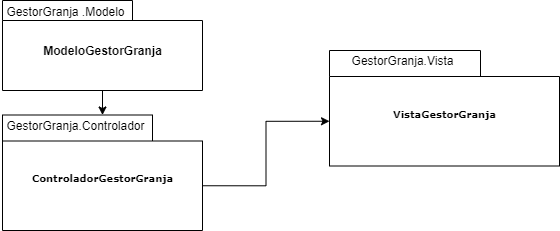
This is diagramas/Untitled Diagram.drawio.png from JoseMariaRuizDAM/PGL_JoseMa, a draw.io export, as it was before one commit. Source tidied: cells renumbered, new cells last; positions are measured from the earlier drawing's top-left corner, leaving out a move shared by most shapes. Source of this version:
```xml
<mxGraphModel>
  <root>
    <mxCell id="0" />
    <mxCell id="1" parent="0" />
    <mxCell id="2" style="edgeStyle=orthogonalEdgeStyle;rounded=0;jettySize=auto;html=1;exitX=0;exitY=0;exitDx=200;exitDy=70.75;exitPerimeter=0;entryX=0;entryY=0;entryDx=0;entryDy=70.75;entryPerimeter=0;" parent="1" edge="1" source="3" target="4">
      <mxGeometry relative="1" as="geometry" />
    </mxCell>
    <mxCell id="3" value="ControladorGestorGranja" style="shape=folder;fontStyle=1;spacingTop=10;tabWidth=150;tabHeight=26;tabPosition=left;html=1;rounded=0;shadow=0;comic=0;labelBackgroundColor=none;strokeColor=#000000;strokeWidth=1;fillColor=#ffffff;fontFamily=Verdana;fontSize=10;fontColor=#000000;align=center;" parent="1" vertex="1">
      <mxGeometry x="2" y="114.5" width="200" height="115.5" as="geometry" />
    </mxCell>
    <mxCell id="4" value="VistaGestorGranja" style="shape=folder;fontStyle=1;spacingTop=10;tabWidth=151;tabHeight=26;tabPosition=left;html=1;rounded=0;shadow=0;comic=0;labelBackgroundColor=none;strokeColor=#000000;strokeWidth=1;fillColor=#ffffff;fontFamily=Verdana;fontSize=10;fontColor=#000000;align=center;" parent="1" vertex="1">
      <mxGeometry x="329" y="50" width="230" height="115.5" as="geometry" />
    </mxCell>
    <mxCell id="5" style="edgeStyle=orthogonalEdgeStyle;rounded=0;jettySize=auto;html=1;exitX=0.5;exitY=1;exitDx=0;exitDy=0;exitPerimeter=0;" parent="1" edge="1" source="6" target="3">
      <mxGeometry relative="1" as="geometry" />
    </mxCell>
    <mxCell id="6" value="ModeloGestorGranja" style="shape=folder;fontStyle=1;spacingTop=10;tabWidth=130;tabHeight=20;tabPosition=left;html=1;" parent="1" vertex="1">
      <mxGeometry x="2" width="200" height="90" as="geometry" />
    </mxCell>
    <mxCell id="7" value="GestorGranja .Modelo" style="text;html=1;align=center;verticalAlign=middle;fillColor=none;strokeColor=none;rounded=0;" parent="1" vertex="1">
      <mxGeometry y="1" width="130" height="20" as="geometry" />
    </mxCell>
    <mxCell id="8" value="GestorGranja.Controlador" style="text;html=1;align=center;verticalAlign=middle;fillColor=none;strokeColor=none;rounded=0;" parent="1" vertex="1">
      <mxGeometry y="114.5" width="150" height="20" as="geometry" />
    </mxCell>
    <mxCell id="9" value="GestorGranja.Vista" style="text;html=1;align=center;verticalAlign=middle;fillColor=none;strokeColor=none;rounded=0;" parent="1" vertex="1">
      <mxGeometry x="342" y="50" width="120" height="20" as="geometry" />
    </mxCell>
  </root>
</mxGraphModel>
```
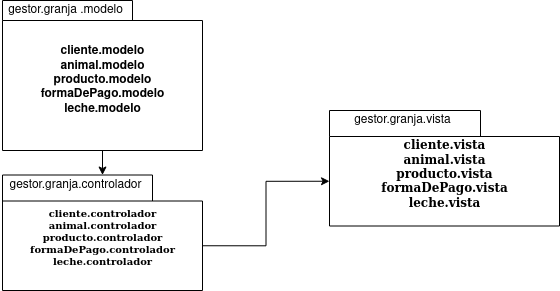
After the commit.

Diff of the diagram source:
```diff
@@ -5,26 +5,26 @@
     <mxCell id="2" style="edgeStyle=orthogonalEdgeStyle;rounded=0;jettySize=auto;html=1;exitX=0;exitY=0;exitDx=200;exitDy=70.75;exitPerimeter=0;entryX=0;entryY=0;entryDx=0;entryDy=70.75;entryPerimeter=0;" parent="1" edge="1" source="3" target="4">
       <mxGeometry relative="1" as="geometry" />
     </mxCell>
-    <mxCell id="3" value="ControladorGestorGranja" style="shape=folder;fontStyle=1;spacingTop=10;tabWidth=150;tabHeight=26;tabPosition=left;html=1;rounded=0;shadow=0;comic=0;labelBackgroundColor=none;strokeColor=#000000;strokeWidth=1;fillColor=#ffffff;fontFamily=Verdana;fontSize=10;fontColor=#000000;align=center;" parent="1" vertex="1">
+    <mxCell id="3" value="&lt;div&gt;cliente.controlador&lt;/div&gt;&lt;div&gt;animal.controlador&lt;/div&gt;&lt;div&gt;producto.controlador&lt;/div&gt;&lt;div&gt;formaDePago.controlador&lt;/div&gt;leche.controlador" style="shape=folder;fontStyle=1;spacingTop=10;tabWidth=150;tabHeight=26;tabPosition=left;html=1;rounded=0;shadow=0;comic=0;labelBackgroundColor=none;strokeColor=#000000;strokeWidth=1;fillColor=#ffffff;fontFamily=Verdana;fontSize=10;fontColor=#000000;align=center;" parent="1" vertex="1">
       <mxGeometry x="2" y="114.5" width="200" height="115.5" as="geometry" />
     </mxCell>
-    <mxCell id="4" value="VistaGestorGranja" style="shape=folder;fontStyle=1;spacingTop=10;tabWidth=151;tabHeight=26;tabPosition=left;html=1;rounded=0;shadow=0;comic=0;labelBackgroundColor=none;strokeColor=#000000;strokeWidth=1;fillColor=#ffffff;fontFamily=Verdana;fontSize=10;fontColor=#000000;align=center;" parent="1" vertex="1">
+    <mxCell id="4" value="&lt;div style=&quot;font-size: 12px&quot;&gt;&lt;font style=&quot;font-size: 12px&quot;&gt;cliente.vista&lt;/font&gt;&lt;/div&gt;&lt;div style=&quot;font-size: 12px&quot;&gt;&lt;font style=&quot;font-size: 12px&quot;&gt;animal.vista&lt;/font&gt;&lt;/div&gt;&lt;div style=&quot;font-size: 12px&quot;&gt;&lt;font style=&quot;font-size: 12px&quot;&gt;producto.vista&lt;/font&gt;&lt;/div&gt;&lt;div style=&quot;font-size: 12px&quot;&gt;&lt;font style=&quot;font-size: 12px&quot;&gt;formaDePago.vista&lt;/font&gt;&lt;/div&gt;&lt;div style=&quot;font-size: 12px&quot;&gt;&lt;font style=&quot;font-size: 12px&quot;&gt;leche.vista&lt;br&gt;&lt;/font&gt;&lt;/div&gt;" style="shape=folder;fontStyle=1;spacingTop=10;tabWidth=151;tabHeight=26;tabPosition=left;html=1;rounded=0;shadow=0;comic=0;labelBackgroundColor=none;strokeColor=#000000;strokeWidth=1;fillColor=#ffffff;fontFamily=Verdana;fontSize=10;fontColor=#000000;align=center;" parent="1" vertex="1">
       <mxGeometry x="329" y="50" width="230" height="115.5" as="geometry" />
     </mxCell>
     <mxCell id="5" style="edgeStyle=orthogonalEdgeStyle;rounded=0;jettySize=auto;html=1;exitX=0.5;exitY=1;exitDx=0;exitDy=0;exitPerimeter=0;" parent="1" edge="1" source="6" target="3">
       <mxGeometry relative="1" as="geometry" />
     </mxCell>
-    <mxCell id="6" value="ModeloGestorGranja" style="shape=folder;fontStyle=1;spacingTop=10;tabWidth=130;tabHeight=20;tabPosition=left;html=1;" parent="1" vertex="1">
-      <mxGeometry x="2" width="200" height="90" as="geometry" />
+    <mxCell id="6" value="&lt;div&gt;cliente.modelo&lt;/div&gt;&lt;div&gt;animal.modelo&lt;/div&gt;&lt;div&gt;producto.modelo&lt;/div&gt;&lt;div&gt;formaDePago.modelo&lt;/div&gt;leche.modelo" style="shape=folder;fontStyle=1;spacingTop=10;tabWidth=130;tabHeight=20;tabPosition=left;html=1;" parent="1" vertex="1">
+      <mxGeometry x="2" y="-60" width="200" height="150" as="geometry" />
     </mxCell>
-    <mxCell id="7" value="GestorGranja .Modelo" style="text;html=1;align=center;verticalAlign=middle;fillColor=none;strokeColor=none;rounded=0;" parent="1" vertex="1">
-      <mxGeometry y="1" width="130" height="20" as="geometry" />
+    <mxCell id="7" value="gestor.granja .modelo" style="text;html=1;align=center;verticalAlign=middle;fillColor=none;strokeColor=none;rounded=0;" parent="1" vertex="1">
+      <mxGeometry y="-60" width="130" height="20" as="geometry" />
     </mxCell>
-    <mxCell id="8" value="GestorGranja.Controlador" style="text;html=1;align=center;verticalAlign=middle;fillColor=none;strokeColor=none;rounded=0;" parent="1" vertex="1">
+    <mxCell id="8" value="gestor.granja.controlador" style="text;html=1;align=center;verticalAlign=middle;fillColor=none;strokeColor=none;rounded=0;" parent="1" vertex="1">
       <mxGeometry y="114.5" width="150" height="20" as="geometry" />
     </mxCell>
-    <mxCell id="9" value="GestorGranja.Vista" style="text;html=1;align=center;verticalAlign=middle;fillColor=none;strokeColor=none;rounded=0;" parent="1" vertex="1">
-      <mxGeometry x="342" y="50" width="120" height="20" as="geometry" />
+    <mxCell id="9" value="gestor.granja.vista" style="text;html=1;align=center;verticalAlign=middle;fillColor=none;strokeColor=none;rounded=0;" parent="1" vertex="1">
+      <mxGeometry x="347" y="50" width="110" height="20" as="geometry" />
     </mxCell>
   </root>
 </mxGraphModel>
```
